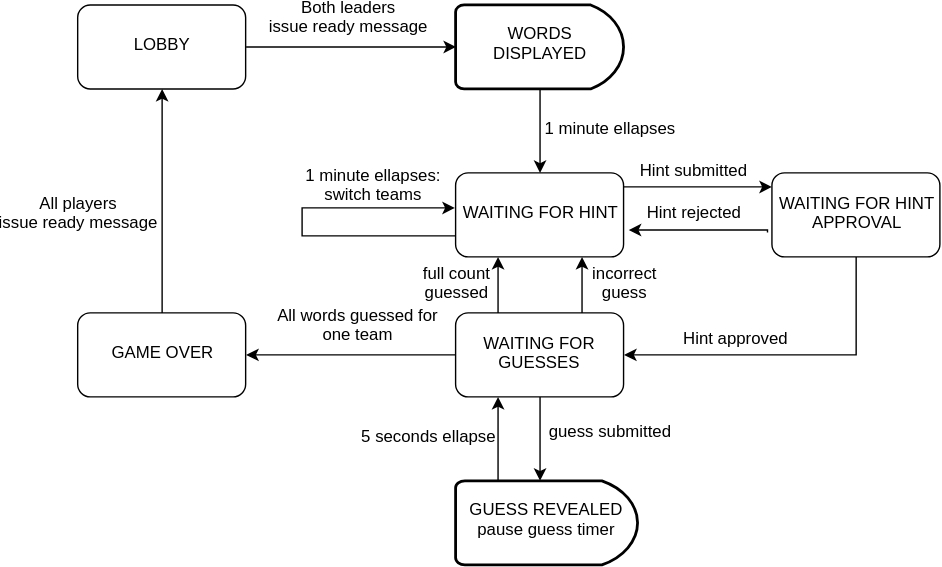
The draw.io diagram docs/UML/server/server-states.svg in dasanchez/mindfields, before a commit. Source tidied: cells renumbered, new cells last; positions are measured from the earlier drawing's top-left corner, leaving out a move shared by most shapes. The source it was exported from:
```xml
<mxGraphModel background="#ffffff">
  <root>
    <mxCell id="0" />
    <mxCell id="1" parent="0" />
    <mxCell id="2" style="edgeStyle=orthogonalEdgeStyle;rounded=0;html=1;exitX=1;exitY=0.5;entryX=0;entryY=0.5;jettySize=auto;entryPerimeter=0;" parent="1" edge="1" source="4" target="27">
      <mxGeometry relative="1" as="geometry" />
    </mxCell>
    <mxCell id="3" value="Both leaders&lt;br&gt;issue ready message" style="text;html=1;align=center;verticalAlign=middle;labelBackgroundColor=#ffffff;" parent="2" vertex="1">
      <mxGeometry x="-0.24" relative="1" as="geometry">
        <mxPoint x="16" y="-20" as="offset" />
      </mxGeometry>
    </mxCell>
    <mxCell id="4" value="LOBBY" style="rounded=1;whiteSpace=wrap;html=1;" parent="1" vertex="1">
      <mxGeometry width="120" height="60" as="geometry" />
    </mxCell>
    <mxCell id="5" style="edgeStyle=orthogonalEdgeStyle;rounded=0;html=1;exitX=0.5;exitY=1;entryX=0.5;entryY=0;jettySize=auto;exitPerimeter=0;" parent="1" edge="1" source="27" target="11">
      <mxGeometry relative="1" as="geometry" />
    </mxCell>
    <mxCell id="6" value="1 minute ellapses" style="text;html=1;align=center;verticalAlign=middle;labelBackgroundColor=#ffffff;" parent="5" vertex="1">
      <mxGeometry x="-0.32" y="-1" relative="1" as="geometry">
        <mxPoint x="51" y="9.5" as="offset" />
      </mxGeometry>
    </mxCell>
    <mxCell id="7" style="edgeStyle=orthogonalEdgeStyle;rounded=0;html=1;jettySize=auto;" parent="1" edge="1" source="11" target="14">
      <mxGeometry relative="1" as="geometry">
        <Array as="points">
          <mxPoint x="430" y="130" />
          <mxPoint x="430" y="130" />
        </Array>
      </mxGeometry>
    </mxCell>
    <mxCell id="8" value="Hint submitted" style="text;html=1;align=center;verticalAlign=middle;labelBackgroundColor=#ffffff;" parent="7" vertex="1">
      <mxGeometry x="0.22" y="-1" relative="1" as="geometry">
        <mxPoint x="-14.5" y="-11" as="offset" />
      </mxGeometry>
    </mxCell>
    <mxCell id="9" style="edgeStyle=orthogonalEdgeStyle;rounded=0;html=1;exitX=0;exitY=0.75;jettySize=auto;orthogonalLoop=1;entryX=-0.006;entryY=0.417;entryPerimeter=0;" parent="1" edge="1" source="11" target="11">
      <mxGeometry relative="1" as="geometry">
        <Array as="points">
          <mxPoint x="160" y="165" />
          <mxPoint x="160" y="145" />
        </Array>
      </mxGeometry>
    </mxCell>
    <mxCell id="10" value="1 minute ellapses:&lt;br&gt;switch teams" style="text;html=1;align=center;verticalAlign=middle;labelBackgroundColor=#ffffff;" parent="9" vertex="1">
      <mxGeometry x="-0.25" y="3" relative="1" as="geometry">
        <mxPoint x="29.5" y="-38" as="offset" />
      </mxGeometry>
    </mxCell>
    <mxCell id="11" value="WAITING FOR HINT" style="rounded=1;whiteSpace=wrap;html=1;" parent="1" vertex="1">
      <mxGeometry x="270" y="120" width="120" height="60" as="geometry" />
    </mxCell>
    <mxCell id="12" style="edgeStyle=orthogonalEdgeStyle;rounded=0;html=1;jettySize=auto;entryX=1;entryY=0.5;" parent="1" edge="1" source="14" target="23">
      <mxGeometry relative="1" as="geometry">
        <Array as="points">
          <mxPoint x="556" y="250" />
        </Array>
      </mxGeometry>
    </mxCell>
    <mxCell id="13" value="Hint approved" style="text;html=1;align=center;verticalAlign=middle;labelBackgroundColor=#ffffff;" parent="12" vertex="1">
      <mxGeometry x="-0.12" y="-63" relative="1" as="geometry">
        <mxPoint x="-52.5" y="53" as="offset" />
      </mxGeometry>
    </mxCell>
    <mxCell id="14" value="WAITING FOR HINT&lt;br&gt;APPROVAL" style="rounded=1;whiteSpace=wrap;html=1;" parent="1" vertex="1">
      <mxGeometry x="496" y="120" width="120" height="60" as="geometry" />
    </mxCell>
    <mxCell id="15" style="edgeStyle=orthogonalEdgeStyle;rounded=0;html=1;exitX=0.25;exitY=0;entryX=0.25;entryY=1;jettySize=auto;" parent="1" edge="1" source="23" target="11">
      <mxGeometry relative="1" as="geometry">
        <Array as="points">
          <mxPoint x="300" y="210" />
          <mxPoint x="300" y="210" />
        </Array>
      </mxGeometry>
    </mxCell>
    <mxCell id="16" value="full count&lt;br&gt;guessed" style="text;html=1;align=center;verticalAlign=middle;labelBackgroundColor=#ffffff;" parent="15" vertex="1">
      <mxGeometry x="0.28" relative="1" as="geometry">
        <mxPoint x="-30" y="5.5" as="offset" />
      </mxGeometry>
    </mxCell>
    <mxCell id="17" style="edgeStyle=orthogonalEdgeStyle;rounded=0;html=1;exitX=0.5;exitY=1;jettySize=auto;entryX=0.462;entryY=0.003;entryPerimeter=0;" parent="1" edge="1" source="23" target="32">
      <mxGeometry relative="1" as="geometry" />
    </mxCell>
    <mxCell id="18" value="guess submitted" style="text;html=1;align=center;verticalAlign=middle;labelBackgroundColor=#ffffff;" parent="17" vertex="1">
      <mxGeometry x="-0.29" y="2" relative="1" as="geometry">
        <mxPoint x="48" y="4" as="offset" />
      </mxGeometry>
    </mxCell>
    <mxCell id="19" style="edgeStyle=orthogonalEdgeStyle;rounded=0;html=1;exitX=0.75;exitY=0;entryX=0.75;entryY=1;jettySize=auto;" parent="1" edge="1" source="23" target="11">
      <mxGeometry relative="1" as="geometry" />
    </mxCell>
    <mxCell id="20" value="incorrect&lt;br&gt;guess" style="text;html=1;align=center;verticalAlign=middle;labelBackgroundColor=#ffffff;" parent="19" vertex="1">
      <mxGeometry x="-0.28" y="-3" relative="1" as="geometry">
        <mxPoint x="27" y="-6" as="offset" />
      </mxGeometry>
    </mxCell>
    <mxCell id="21" style="edgeStyle=orthogonalEdgeStyle;rounded=0;html=1;exitX=0;exitY=0.5;entryX=1;entryY=0.5;jettySize=auto;" parent="1" edge="1" source="23" target="26">
      <mxGeometry relative="1" as="geometry" />
    </mxCell>
    <mxCell id="22" value="All words guessed for&lt;br&gt;one team" style="text;html=1;align=center;verticalAlign=middle;labelBackgroundColor=#ffffff;" parent="21" vertex="1">
      <mxGeometry x="0.4" relative="1" as="geometry">
        <mxPoint x="35" y="-20" as="offset" />
      </mxGeometry>
    </mxCell>
    <mxCell id="23" value="WAITING FOR GUESSES" style="rounded=1;whiteSpace=wrap;html=1;" parent="1" vertex="1">
      <mxGeometry x="270" y="220" width="120" height="60" as="geometry" />
    </mxCell>
    <mxCell id="24" style="edgeStyle=orthogonalEdgeStyle;rounded=0;html=1;exitX=0.5;exitY=0;entryX=0.5;entryY=1;jettySize=auto;" parent="1" edge="1" source="26" target="4">
      <mxGeometry relative="1" as="geometry" />
    </mxCell>
    <mxCell id="25" value="All players&lt;br&gt;issue ready message" style="text;html=1;align=center;verticalAlign=middle;labelBackgroundColor=#ffffff;" parent="24" vertex="1">
      <mxGeometry x="-0.17" y="-2" relative="1" as="geometry">
        <mxPoint x="-62" y="-3.5" as="offset" />
      </mxGeometry>
    </mxCell>
    <mxCell id="26" value="GAME OVER" style="rounded=1;whiteSpace=wrap;html=1;" parent="1" vertex="1">
      <mxGeometry y="220" width="120" height="60" as="geometry" />
    </mxCell>
    <mxCell id="27" value="WORDS&lt;br&gt;DISPLAYED" style="strokeWidth=2;html=1;shape=mxgraph.flowchart.delay;whiteSpace=wrap;" parent="1" vertex="1">
      <mxGeometry x="270" width="120" height="60" as="geometry" />
    </mxCell>
    <mxCell id="28" style="edgeStyle=orthogonalEdgeStyle;rounded=0;html=1;jettySize=auto;exitX=-0.027;exitY=0.702;exitPerimeter=0;entryX=1.032;entryY=0.683;entryPerimeter=0;" parent="1" edge="1" source="14" target="11">
      <mxGeometry relative="1" as="geometry">
        <Array as="points">
          <mxPoint x="493" y="161" />
        </Array>
      </mxGeometry>
    </mxCell>
    <mxCell id="29" value="Hint rejected" style="text;html=1;align=center;verticalAlign=middle;labelBackgroundColor=#ffffff;" parent="28" vertex="1">
      <mxGeometry x="0.22" y="-1" relative="1" as="geometry">
        <mxPoint x="7.5" y="-10" as="offset" />
      </mxGeometry>
    </mxCell>
    <mxCell id="30" style="edgeStyle=orthogonalEdgeStyle;rounded=0;html=1;exitX=0.02;exitY=0.015;exitPerimeter=0;entryX=0.25;entryY=1;jettySize=auto;" parent="1" edge="1" source="32" target="23">
      <mxGeometry relative="1" as="geometry">
        <Array as="points">
          <mxPoint x="300" y="341" />
        </Array>
      </mxGeometry>
    </mxCell>
    <mxCell id="31" value="5 seconds ellapse" style="text;html=1;align=center;verticalAlign=middle;labelBackgroundColor=#ffffff;" parent="30" vertex="1">
      <mxGeometry x="-0.38" y="16" relative="1" as="geometry">
        <mxPoint x="-34" y="-31" as="offset" />
      </mxGeometry>
    </mxCell>
    <mxCell id="32" value="GUESS REVEALED&lt;br&gt;pause guess timer" style="strokeWidth=2;html=1;shape=mxgraph.flowchart.delay;whiteSpace=wrap;" parent="1" vertex="1">
      <mxGeometry x="270" y="340" width="130" height="60" as="geometry" />
    </mxCell>
  </root>
</mxGraphModel>
```
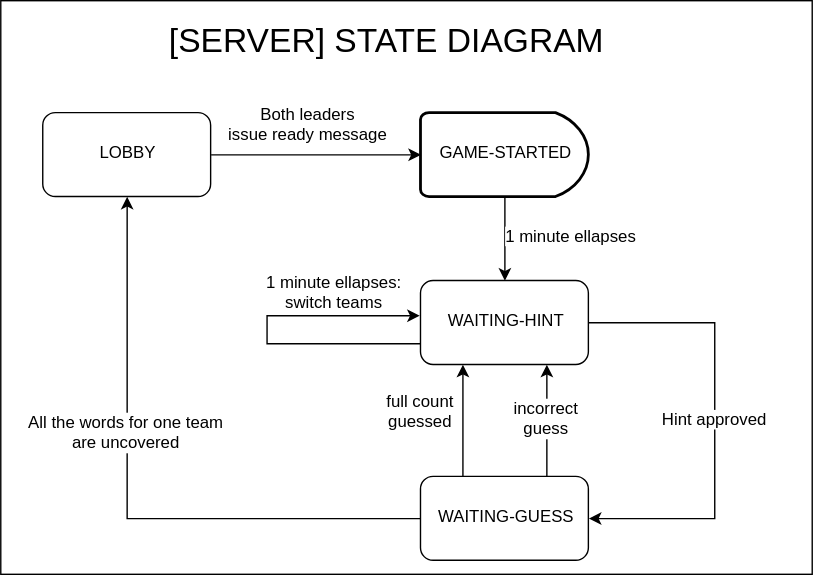
The same file after the commit.

Commit message:
Updated server diagrams

The edit, as a diff of the source:
```diff
@@ -2,6 +2,9 @@
   <root>
     <mxCell id="0" />
     <mxCell id="1" parent="0" />
+    <mxCell id="33" style="rounded=0;whiteSpace=wrap;html=1;fontSize=24;" parent="1" vertex="1">
+      <mxGeometry x="-30" y="-80" width="580" height="410" as="geometry" />
+    </mxCell>
     <mxCell id="2" style="edgeStyle=orthogonalEdgeStyle;rounded=0;html=1;exitX=1;exitY=0.5;entryX=0;entryY=0.5;jettySize=auto;entryPerimeter=0;" parent="1" edge="1" source="4" target="27">
       <mxGeometry relative="1" as="geometry" />
     </mxCell>
@@ -21,19 +24,6 @@
         <mxPoint x="51" y="9.5" as="offset" />
       </mxGeometry>
     </mxCell>
-    <mxCell id="7" style="edgeStyle=orthogonalEdgeStyle;rounded=0;html=1;jettySize=auto;" parent="1" edge="1" source="11" target="14">
-      <mxGeometry relative="1" as="geometry">
-        <Array as="points">
-          <mxPoint x="430" y="130" />
-          <mxPoint x="430" y="130" />
-        </Array>
-      </mxGeometry>
-    </mxCell>
-    <mxCell id="8" value="Hint submitted" style="text;html=1;align=center;verticalAlign=middle;labelBackgroundColor=#ffffff;" parent="7" vertex="1">
-      <mxGeometry x="0.22" y="-1" relative="1" as="geometry">
-        <mxPoint x="-14.5" y="-11" as="offset" />
-      </mxGeometry>
-    </mxCell>
     <mxCell id="9" style="edgeStyle=orthogonalEdgeStyle;rounded=0;html=1;exitX=0;exitY=0.75;jettySize=auto;orthogonalLoop=1;entryX=-0.006;entryY=0.417;entryPerimeter=0;" parent="1" edge="1" source="11" target="11">
       <mxGeometry relative="1" as="geometry">
         <Array as="points">
@@ -47,24 +37,22 @@
         <mxPoint x="29.5" y="-38" as="offset" />
       </mxGeometry>
     </mxCell>
-    <mxCell id="11" value="WAITING FOR HINT" style="rounded=1;whiteSpace=wrap;html=1;" parent="1" vertex="1">
+    <mxCell id="11" value="WAITING-HINT" style="rounded=1;whiteSpace=wrap;html=1;" parent="1" vertex="1">
       <mxGeometry x="270" y="120" width="120" height="60" as="geometry" />
     </mxCell>
-    <mxCell id="12" style="edgeStyle=orthogonalEdgeStyle;rounded=0;html=1;jettySize=auto;entryX=1;entryY=0.5;" parent="1" edge="1" source="14" target="23">
+    <mxCell id="12" style="edgeStyle=orthogonalEdgeStyle;rounded=0;html=1;jettySize=auto;entryX=1;entryY=0.5;exitX=1;exitY=0.5;" parent="1" edge="1" source="11" target="23">
       <mxGeometry relative="1" as="geometry">
         <Array as="points">
-          <mxPoint x="556" y="250" />
+          <mxPoint x="480" y="150" />
+          <mxPoint x="480" y="290" />
         </Array>
       </mxGeometry>
     </mxCell>
     <mxCell id="13" value="Hint approved" style="text;html=1;align=center;verticalAlign=middle;labelBackgroundColor=#ffffff;" parent="12" vertex="1">
       <mxGeometry x="-0.12" y="-63" relative="1" as="geometry">
-        <mxPoint x="-52.5" y="53" as="offset" />
+        <mxPoint x="63" y="20" as="offset" />
       </mxGeometry>
     </mxCell>
-    <mxCell id="14" value="WAITING FOR HINT&lt;br&gt;APPROVAL" style="rounded=1;whiteSpace=wrap;html=1;" parent="1" vertex="1">
-      <mxGeometry x="496" y="120" width="120" height="60" as="geometry" />
-    </mxCell>
     <mxCell id="15" style="edgeStyle=orthogonalEdgeStyle;rounded=0;html=1;exitX=0.25;exitY=0;entryX=0.25;entryY=1;jettySize=auto;" parent="1" edge="1" source="23" target="11">
       <mxGeometry relative="1" as="geometry">
         <Array as="points">
@@ -78,73 +66,30 @@
         <mxPoint x="-30" y="5.5" as="offset" />
       </mxGeometry>
     </mxCell>
-    <mxCell id="17" style="edgeStyle=orthogonalEdgeStyle;rounded=0;html=1;exitX=0.5;exitY=1;jettySize=auto;entryX=0.462;entryY=0.003;entryPerimeter=0;" parent="1" edge="1" source="23" target="32">
-      <mxGeometry relative="1" as="geometry" />
-    </mxCell>
-    <mxCell id="18" value="guess submitted" style="text;html=1;align=center;verticalAlign=middle;labelBackgroundColor=#ffffff;" parent="17" vertex="1">
-      <mxGeometry x="-0.29" y="2" relative="1" as="geometry">
-        <mxPoint x="48" y="4" as="offset" />
-      </mxGeometry>
-    </mxCell>
     <mxCell id="19" style="edgeStyle=orthogonalEdgeStyle;rounded=0;html=1;exitX=0.75;exitY=0;entryX=0.75;entryY=1;jettySize=auto;" parent="1" edge="1" source="23" target="11">
       <mxGeometry relative="1" as="geometry" />
     </mxCell>
     <mxCell id="20" value="incorrect&lt;br&gt;guess" style="text;html=1;align=center;verticalAlign=middle;labelBackgroundColor=#ffffff;" parent="19" vertex="1">
       <mxGeometry x="-0.28" y="-3" relative="1" as="geometry">
-        <mxPoint x="27" y="-6" as="offset" />
+        <mxPoint x="-3" y="-11" as="offset" />
       </mxGeometry>
     </mxCell>
-    <mxCell id="21" style="edgeStyle=orthogonalEdgeStyle;rounded=0;html=1;exitX=0;exitY=0.5;entryX=1;entryY=0.5;jettySize=auto;" parent="1" edge="1" source="23" target="26">
-      <mxGeometry relative="1" as="geometry" />
-    </mxCell>
-    <mxCell id="22" value="All words guessed for&lt;br&gt;one team" style="text;html=1;align=center;verticalAlign=middle;labelBackgroundColor=#ffffff;" parent="21" vertex="1">
-      <mxGeometry x="0.4" relative="1" as="geometry">
-        <mxPoint x="35" y="-20" as="offset" />
-      </mxGeometry>
-    </mxCell>
+    <mxCell id="25" style="edgeStyle=orthogonalEdgeStyle;rounded=0;html=1;exitX=0;exitY=0.5;entryX=0.5;entryY=1;jettySize=auto;" parent="1" edge="1" source="23" target="4">
+      <mxGeometry relative="1" as="geometry" />
+    </mxCell>
+    <mxCell id="34" value="All the words for one team&lt;br&gt;are uncovered" style="text;html=1;align=center;verticalAlign=middle;labelBackgroundColor=#ffffff;" parent="25" vertex="1">
+      <mxGeometry x="-0.47" relative="1" as="geometry">
+        <mxPoint x="-93" y="-60" as="offset" />
+      </mxGeometry>
+    </mxCell>
-    <mxCell id="23" value="WAITING FOR GUESSES" style="rounded=1;whiteSpace=wrap;html=1;" parent="1" vertex="1">
-      <mxGeometry x="270" y="220" width="120" height="60" as="geometry" />
+    <mxCell id="23" value="WAITING-GUESS" style="rounded=1;whiteSpace=wrap;html=1;" parent="1" vertex="1">
+      <mxGeometry x="270" y="260" width="120" height="60" as="geometry" />
     </mxCell>
-    <mxCell id="24" style="edgeStyle=orthogonalEdgeStyle;rounded=0;html=1;exitX=0.5;exitY=0;entryX=0.5;entryY=1;jettySize=auto;" parent="1" edge="1" source="26" target="4">
-      <mxGeometry relative="1" as="geometry" />
-    </mxCell>
-    <mxCell id="25" value="All players&lt;br&gt;issue ready message" style="text;html=1;align=center;verticalAlign=middle;labelBackgroundColor=#ffffff;" parent="24" vertex="1">
-      <mxGeometry x="-0.17" y="-2" relative="1" as="geometry">
-        <mxPoint x="-62" y="-3.5" as="offset" />
-      </mxGeometry>
-    </mxCell>
-    <mxCell id="26" value="GAME OVER" style="rounded=1;whiteSpace=wrap;html=1;" parent="1" vertex="1">
-      <mxGeometry y="220" width="120" height="60" as="geometry" />
-    </mxCell>
-    <mxCell id="27" value="WORDS&lt;br&gt;DISPLAYED" style="strokeWidth=2;html=1;shape=mxgraph.flowchart.delay;whiteSpace=wrap;" parent="1" vertex="1">
+    <mxCell id="27" value="GAME-STARTED" style="strokeWidth=2;html=1;shape=mxgraph.flowchart.delay;whiteSpace=wrap;" parent="1" vertex="1">
       <mxGeometry x="270" width="120" height="60" as="geometry" />
     </mxCell>
-    <mxCell id="28" style="edgeStyle=orthogonalEdgeStyle;rounded=0;html=1;jettySize=auto;exitX=-0.027;exitY=0.702;exitPerimeter=0;entryX=1.032;entryY=0.683;entryPerimeter=0;" parent="1" edge="1" source="14" target="11">
-      <mxGeometry relative="1" as="geometry">
-        <Array as="points">
-          <mxPoint x="493" y="161" />
-        </Array>
-      </mxGeometry>
-    </mxCell>
-    <mxCell id="29" value="Hint rejected" style="text;html=1;align=center;verticalAlign=middle;labelBackgroundColor=#ffffff;" parent="28" vertex="1">
-      <mxGeometry x="0.22" y="-1" relative="1" as="geometry">
-        <mxPoint x="7.5" y="-10" as="offset" />
-      </mxGeometry>
-    </mxCell>
-    <mxCell id="30" style="edgeStyle=orthogonalEdgeStyle;rounded=0;html=1;exitX=0.02;exitY=0.015;exitPerimeter=0;entryX=0.25;entryY=1;jettySize=auto;" parent="1" edge="1" source="32" target="23">
-      <mxGeometry relative="1" as="geometry">
-        <Array as="points">
-          <mxPoint x="300" y="341" />
-        </Array>
-      </mxGeometry>
-    </mxCell>
-    <mxCell id="31" value="5 seconds ellapse" style="text;html=1;align=center;verticalAlign=middle;labelBackgroundColor=#ffffff;" parent="30" vertex="1">
-      <mxGeometry x="-0.38" y="16" relative="1" as="geometry">
-        <mxPoint x="-34" y="-31" as="offset" />
-      </mxGeometry>
-    </mxCell>
-    <mxCell id="32" value="GUESS REVEALED&lt;br&gt;pause guess timer" style="strokeWidth=2;html=1;shape=mxgraph.flowchart.delay;whiteSpace=wrap;" parent="1" vertex="1">
-      <mxGeometry x="270" y="340" width="130" height="60" as="geometry" />
-    </mxCell>
+    <mxCell id="35" value="[SERVER] STATE DIAGRAM" style="text;html=1;strokeColor=none;fillColor=none;align=center;verticalAlign=middle;whiteSpace=wrap;rounded=0;fontSize=24;" parent="1" vertex="1">
+      <mxGeometry x="80" y="-60" width="330" height="20" as="geometry" />
+    </mxCell>
   </root>
 </mxGraphModel>
```
